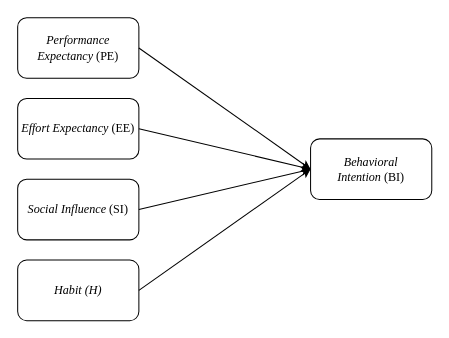
The draw.io diagram Model Penelitian.drawio in andriansyahb21/cerrtificate, before the edit. Source tidied: cells renumbered, new cells numbered last; positions are measured from the earlier drawing's top-left corner, leaving out a move shared by most shapes. Both pictures are drawn from the tidied source at 101%, with x=0, y=0 at pixel (17, 17).
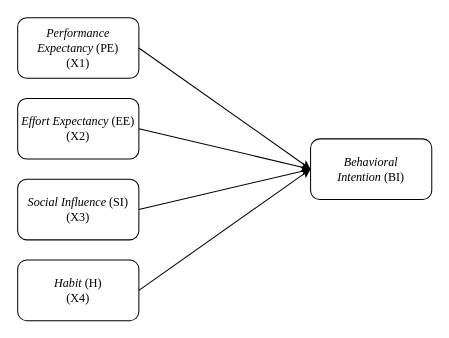
The same diagram, later.

What changed in the source:
```diff
@@
 <mxGraphModel>
   <root>
     <mxCell id="0" />
     <mxCell id="1" parent="0" />
-    <mxCell id="2" value="&lt;font face=&quot;Times New Roman&quot;&gt;&lt;i&gt;Performance Expectancy&lt;/i&gt; (PE)&lt;/font&gt;" style="rounded=1;whiteSpace=wrap;html=1;" parent="1" vertex="1">
+    <mxCell id="2" value="&lt;font face=&quot;Times New Roman&quot;&gt;&lt;i&gt;Performance Expectancy&lt;/i&gt; (PE)&lt;br&gt;(X1)&lt;br&gt;&lt;/font&gt;" style="rounded=1;whiteSpace=wrap;html=1;" parent="1" vertex="1">
       <mxGeometry width="120" height="60" as="geometry" />
     </mxCell>
     <mxCell id="3" value="&lt;i style=&quot;font-family: &amp;quot;Times New Roman&amp;quot;;&quot;&gt;Behavioral Intention&lt;/i&gt;&lt;span style=&quot;font-family: &amp;quot;Times New Roman&amp;quot;;&quot;&gt;&amp;nbsp;(BI)&lt;/span&gt;" style="rounded=1;whiteSpace=wrap;html=1;" parent="1" vertex="1">
       <mxGeometry x="290" y="120" width="120" height="60" as="geometry" />
     </mxCell>
     <mxCell id="4" style="endArrow=classic;html=1;rounded=0;exitX=1;exitY=0.5;exitDx=0;exitDy=0;entryX=0;entryY=0.5;entryDx=0;entryDy=0;" parent="1" edge="1" source="2" target="3">
       <mxGeometry relative="1" as="geometry" />
     </mxCell>
-    <mxCell id="5" value="&lt;i style=&quot;font-family: &amp;quot;Times New Roman&amp;quot;;&quot;&gt;Effort Expectancy&lt;/i&gt;&lt;span style=&quot;font-family: &amp;quot;Times New Roman&amp;quot;;&quot;&gt;&amp;nbsp;(EE)&lt;/span&gt;" style="rounded=1;whiteSpace=wrap;html=1;" parent="1" vertex="1">
+    <mxCell id="5" value="&lt;i style=&quot;font-family: &amp;quot;Times New Roman&amp;quot;;&quot;&gt;Effort Expectancy&lt;/i&gt;&lt;span style=&quot;font-family: &amp;quot;Times New Roman&amp;quot;;&quot;&gt;&amp;nbsp;(EE)&lt;br&gt;(X2)&lt;br&gt;&lt;/span&gt;" style="rounded=1;whiteSpace=wrap;html=1;" parent="1" vertex="1">
       <mxGeometry y="80" width="120" height="60" as="geometry" />
     </mxCell>
     <mxCell id="6" style="endArrow=classic;html=1;rounded=0;exitX=1;exitY=0.5;exitDx=0;exitDy=0;" parent="1" edge="1" source="5">
       <mxGeometry relative="1" as="geometry">
         <mxPoint x="290" y="150" as="targetPoint" />
       </mxGeometry>
     </mxCell>
-    <mxCell id="7" value="&lt;i style=&quot;font-family: &amp;quot;Times New Roman&amp;quot;;&quot;&gt;Social Influence&lt;/i&gt;&lt;span style=&quot;font-family: &amp;quot;Times New Roman&amp;quot;;&quot;&gt;&amp;nbsp;(SI)&lt;/span&gt;" style="rounded=1;whiteSpace=wrap;html=1;" parent="1" vertex="1">
+    <mxCell id="7" value="&lt;i style=&quot;font-family: &amp;quot;Times New Roman&amp;quot;;&quot;&gt;Social Influence&lt;/i&gt;&lt;span style=&quot;font-family: &amp;quot;Times New Roman&amp;quot;;&quot;&gt;&amp;nbsp;(SI)&lt;br&gt;(X3)&lt;br&gt;&lt;/span&gt;" style="rounded=1;whiteSpace=wrap;html=1;" parent="1" vertex="1">
       <mxGeometry y="160" width="120" height="60" as="geometry" />
     </mxCell>
     <mxCell id="8" style="endArrow=classic;html=1;rounded=0;exitX=1;exitY=0.5;exitDx=0;exitDy=0;entryX=0;entryY=0.5;entryDx=0;entryDy=0;" parent="1" edge="1" source="7" target="3">
       <mxGeometry relative="1" as="geometry" />
     </mxCell>
-    <mxCell id="9" value="&lt;font face=&quot;Times New Roman&quot;&gt;&lt;i&gt;Habit (H)&lt;/i&gt;&lt;/font&gt;" style="rounded=1;whiteSpace=wrap;html=1;" parent="1" vertex="1">
+    <mxCell id="9" value="&lt;font face=&quot;Times New Roman&quot;&gt;&lt;i&gt;Habit &lt;/i&gt;(H)&lt;br&gt;(X4)&lt;br&gt;&lt;/font&gt;" style="rounded=1;whiteSpace=wrap;html=1;" parent="1" vertex="1">
       <mxGeometry y="240" width="120" height="60" as="geometry" />
     </mxCell>
     <mxCell id="10" style="endArrow=classic;html=1;rounded=0;exitX=1;exitY=0.5;exitDx=0;exitDy=0;entryX=0;entryY=0.5;entryDx=0;entryDy=0;" parent="1" edge="1" source="9" target="3">
       <mxGeometry relative="1" as="geometry" />
     </mxCell>
   </root>
 </mxGraphModel>
```
